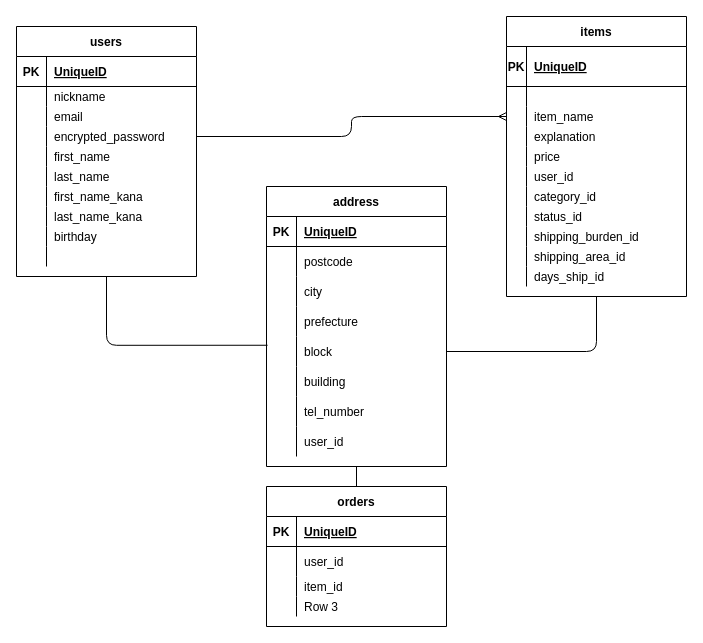
Before: furima.dio in tatsuro-mizogami/furima-36570, a draw.io diagram. Source tidied: cells renumbered, new cells numbered last; positions are measured from the earlier drawing's top-left corner, leaving out a move shared by most shapes. Both pictures are drawn from the tidied source at 100%, with x=0, y=0 at pixel (16, 16).
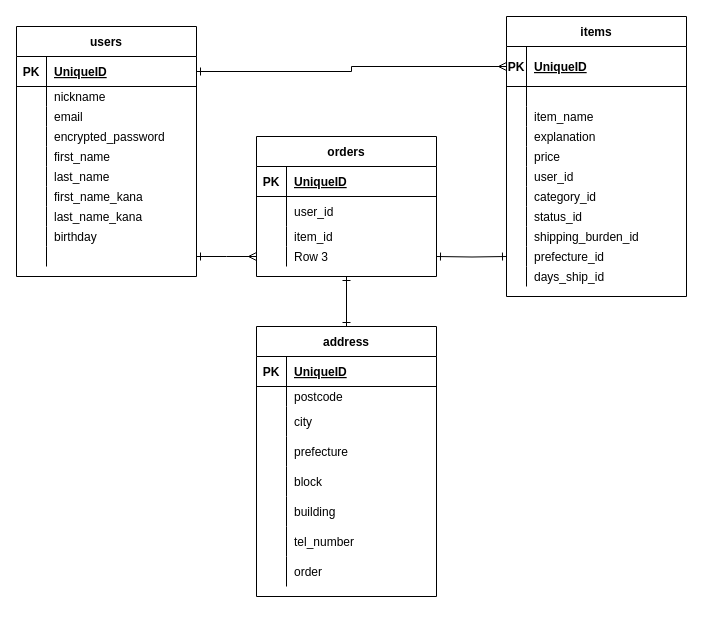
The same page after the edit.

Unchanged cells that the change refers to:
```xml
<mxCell id="3" value="users" style="shape=table;startSize=30;childLayout=tableLayout;rowLines=0;fontStyle=1;align=center;" parent="1" vertex="1">
  <mxGeometry y="10" width="180" height="250" as="geometry" />
</mxCell>
<mxCell id="4" style="shape=partialRectangle;fillColor=none;top=0;left=0;bottom=1;right=0;points=[[0,0.5],[1,0.5]];portConstraint=eastwest;" parent="3" vertex="1">
  <mxGeometry y="30" width="180" height="30" as="geometry" />
</mxCell>
<mxCell id="13" style="shape=partialRectangle;fillColor=none;top=0;left=0;bottom=0;right=0;points=[[0,0.5],[1,0.5]];portConstraint=eastwest;" parent="3" vertex="1">
  <mxGeometry y="100" width="180" height="20" as="geometry" />
</mxCell>
<mxCell id="31" style="shape=partialRectangle;fillColor=none;top=0;left=0;bottom=0;right=0;points=[[0,0.5],[1,0.5]];portConstraint=eastwest;" parent="3" vertex="1">
  <mxGeometry y="220" width="180" height="20" as="geometry" />
</mxCell>
<mxCell id="34" value="items" style="shape=table;startSize=30;childLayout=tableLayout;rowLines=0;fontStyle=1;align=center;" parent="1" vertex="1">
  <mxGeometry x="490" width="180" height="280" as="geometry" />
</mxCell>
<mxCell id="35" style="shape=partialRectangle;fillColor=none;top=0;left=0;bottom=1;right=0;points=[[0,0.5],[1,0.5]];portConstraint=eastwest;" parent="34" vertex="1">
  <mxGeometry y="30" width="180" height="40" as="geometry" />
</mxCell>
<mxCell id="41" style="shape=partialRectangle;fillColor=none;top=0;left=0;bottom=0;right=0;points=[[0,0.5],[1,0.5]];portConstraint=eastwest;" parent="34" vertex="1">
  <mxGeometry y="90" width="180" height="20" as="geometry" />
</mxCell>
<mxCell id="62" style="shape=partialRectangle;fillColor=none;top=0;left=0;bottom=0;right=0;points=[[0,0.5],[1,0.5]];portConstraint=eastwest;" parent="34" vertex="1">
  <mxGeometry y="230" width="180" height="20" as="geometry" />
</mxCell>
```

Diff of the diagram source:
```diff
@@
-    <mxCell id="2" style="edgeStyle=orthogonalEdgeStyle;curved=0;rounded=1;sketch=0;jettySize=auto;html=1;entryX=0.006;entryY=0.292;entryDx=0;entryDy=0;entryPerimeter=0;endArrow=none;endFill=0;" parent="1" edge="1" source="3" target="81">
-      <mxGeometry relative="1" as="geometry" />
-    </mxCell>
@@
-    <mxCell id="64" value="shipping_area_id" style="shape=partialRectangle;fillColor=none;top=0;left=0;bottom=0;right=0;align=left;spacingLeft=6;overflow=hidden;" parent="62" vertex="1">
+    <mxCell id="64" value="prefecture_id" style="shape=partialRectangle;fillColor=none;top=0;left=0;bottom=0;right=0;align=left;spacingLeft=6;overflow=hidden;" parent="62" vertex="1">
       <mxGeometry x="20" width="160" height="20" as="geometry" />
     </mxCell>
@@
     <mxCell id="68" value="address" style="shape=table;startSize=30;childLayout=tableLayout;rowLines=0;fontStyle=1;align=center;" parent="1" vertex="1">
-      <mxGeometry x="250" y="170" width="180" height="280" as="geometry" />
+      <mxGeometry x="240" y="310" width="180" height="270" as="geometry" />
     </mxCell>
@@
     <mxCell id="72" style="shape=partialRectangle;fillColor=none;top=0;left=0;bottom=0;right=0;" parent="68" vertex="1">
-      <mxGeometry y="60" width="180" height="30" as="geometry" />
+      <mxGeometry y="60" width="180" height="20" as="geometry" />
     </mxCell>
     <mxCell id="73" style="shape=partialRectangle;fillColor=none;top=0;left=0;bottom=0;right=0;overflow=hidden;" parent="72" vertex="1">
-      <mxGeometry width="30" height="30" as="geometry" />
+      <mxGeometry width="30" height="20" as="geometry" />
     </mxCell>
     <mxCell id="74" value="postcode" style="shape=partialRectangle;fillColor=none;top=0;left=0;bottom=0;right=0;align=left;spacingLeft=6;overflow=hidden;" parent="72" vertex="1">
-      <mxGeometry x="30" width="150" height="30" as="geometry" />
+      <mxGeometry x="30" width="150" height="20" as="geometry" />
     </mxCell>
     <mxCell id="75" style="shape=partialRectangle;fillColor=none;top=0;left=0;bottom=0;right=0;" parent="68" vertex="1">
-      <mxGeometry y="90" width="180" height="30" as="geometry" />
+      <mxGeometry y="80" width="180" height="30" as="geometry" />
     </mxCell>
@@
     <mxCell id="78" style="shape=partialRectangle;fillColor=none;top=0;left=0;bottom=0;right=0;" parent="68" vertex="1">
-      <mxGeometry y="120" width="180" height="30" as="geometry" />
+      <mxGeometry y="110" width="180" height="30" as="geometry" />
     </mxCell>
@@
     <mxCell id="81" style="shape=partialRectangle;fillColor=none;top=0;left=0;bottom=0;right=0;points=[[0,0.5],[1,0.5]];portConstraint=eastwest;" parent="68" vertex="1">
-      <mxGeometry y="150" width="180" height="30" as="geometry" />
+      <mxGeometry y="140" width="180" height="30" as="geometry" />
     </mxCell>
@@
     <mxCell id="84" style="shape=partialRectangle;fillColor=none;top=0;left=0;bottom=0;right=0;" parent="68" vertex="1">
-      <mxGeometry y="180" width="180" height="30" as="geometry" />
+      <mxGeometry y="170" width="180" height="30" as="geometry" />
     </mxCell>
@@
     <mxCell id="87" style="shape=partialRectangle;fillColor=none;top=0;left=0;bottom=0;right=0;" parent="68" vertex="1">
-      <mxGeometry y="210" width="180" height="30" as="geometry" />
+      <mxGeometry y="200" width="180" height="30" as="geometry" />
     </mxCell>
@@
     <mxCell id="90" style="shape=partialRectangle;fillColor=none;top=0;left=0;bottom=0;right=0;" parent="68" vertex="1">
-      <mxGeometry y="240" width="180" height="30" as="geometry" />
+      <mxGeometry y="230" width="180" height="30" as="geometry" />
     </mxCell>
@@
-    <mxCell id="92" value="user_id" style="shape=partialRectangle;fillColor=none;top=0;left=0;bottom=0;right=0;align=left;spacingLeft=6;overflow=hidden;" parent="90" vertex="1">
+    <mxCell id="92" value="order" style="shape=partialRectangle;fillColor=none;top=0;left=0;bottom=0;right=0;align=left;spacingLeft=6;overflow=hidden;" parent="90" vertex="1">
       <mxGeometry x="30" width="150" height="30" as="geometry" />
     </mxCell>
-    <mxCell id="93" style="edgeStyle=orthogonalEdgeStyle;curved=0;rounded=1;sketch=0;jettySize=auto;html=1;endArrow=ERmany;endFill=0;entryX=0;entryY=0.5;entryDx=0;entryDy=0;" parent="1" edge="1" source="13" target="41">
-      <mxGeometry relative="1" as="geometry" />
-    </mxCell>
-    <mxCell id="94" style="edgeStyle=orthogonalEdgeStyle;curved=0;rounded=1;sketch=0;jettySize=auto;html=1;entryX=0.5;entryY=1;entryDx=0;entryDy=0;endArrow=none;endFill=0;" parent="1" edge="1" source="81" target="34">
-      <mxGeometry relative="1" as="geometry" />
-    </mxCell>
-    <mxCell id="95" style="edgeStyle=orthogonalEdgeStyle;curved=0;rounded=1;sketch=0;jettySize=auto;html=1;entryX=0.5;entryY=1;entryDx=0;entryDy=0;endArrow=none;endFill=0;" parent="1" edge="1" source="96" target="68">
-      <mxGeometry relative="1" as="geometry" />
+    <mxCell id="95" style="edgeStyle=orthogonalEdgeStyle;rounded=0;jettySize=auto;html=1;exitX=0.5;exitY=1;exitDx=0;exitDy=0;entryX=0.5;entryY=0;entryDx=0;entryDy=0;endArrow=ERone;endFill=0;startArrow=ERone;startFill=0;" parent="1" edge="1" source="96" target="68">
+      <mxGeometry relative="1" as="geometry">
+        <Array as="points">
+          <mxPoint x="330" y="260" />
+          <mxPoint x="330" y="260" />
+        </Array>
+      </mxGeometry>
     </mxCell>
     <mxCell id="96" value="orders" style="shape=table;startSize=30;childLayout=tableLayout;rowLines=0;fontStyle=1;align=center;fillColor=none;" parent="1" vertex="1">
-      <mxGeometry x="250" y="470" width="180" height="140" as="geometry" />
+      <mxGeometry x="240" y="120" width="180" height="140" as="geometry" />
     </mxCell>
@@
+    <mxCell id="109" style="edgeStyle=orthogonalEdgeStyle;rounded=0;jettySize=auto;html=1;endArrow=ERmany;endFill=0;startArrow=ERone;startFill=0;" parent="1" edge="1" source="31">
+      <mxGeometry relative="1" as="geometry">
+        <mxPoint x="240" y="240" as="targetPoint" />
+      </mxGeometry>
+    </mxCell>
+    <mxCell id="110" style="edgeStyle=orthogonalEdgeStyle;rounded=0;jettySize=auto;html=1;entryX=0;entryY=0.5;entryDx=0;entryDy=0;endArrow=ERone;endFill=0;startArrow=ERone;startFill=0;" parent="1" edge="1" target="62">
+      <mxGeometry relative="1" as="geometry">
+        <mxPoint x="420" y="240" as="sourcePoint" />
+      </mxGeometry>
+    </mxCell>
+    <mxCell id="111" style="edgeStyle=orthogonalEdgeStyle;rounded=0;jettySize=auto;html=1;exitX=1;exitY=0.5;exitDx=0;exitDy=0;entryX=0;entryY=0.5;entryDx=0;entryDy=0;startArrow=ERone;startFill=0;endArrow=ERmany;endFill=0;" parent="1" edge="1" source="4" target="35">
+      <mxGeometry relative="1" as="geometry" />
+    </mxCell>
```
